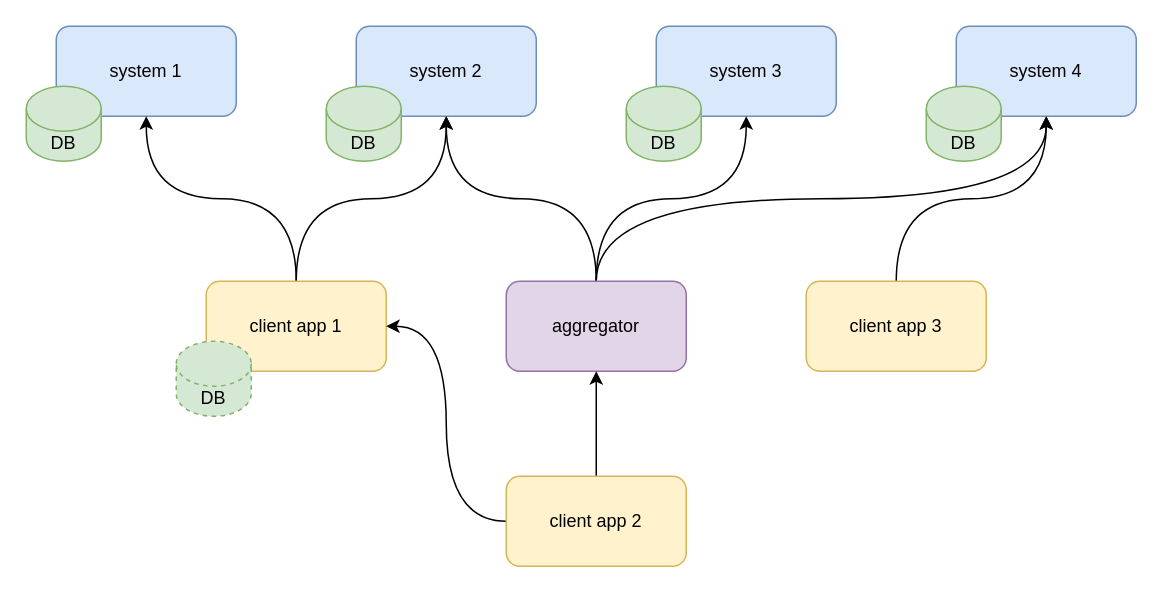
Above: page "no aggregation: lump" (2 of 2) of assets/draw.io/data_aggregators.drawio in serdarkurbanov/serdarkurbanov.github.io (draw.io), before the change. Source tidied: cells renumbered, new cells numbered last; positions are measured from the earlier drawing's top-left corner, leaving out a move shared by most shapes. Both pictures are drawn from the tidied source at 150%, with x=0, y=0 at pixel (26, 26).
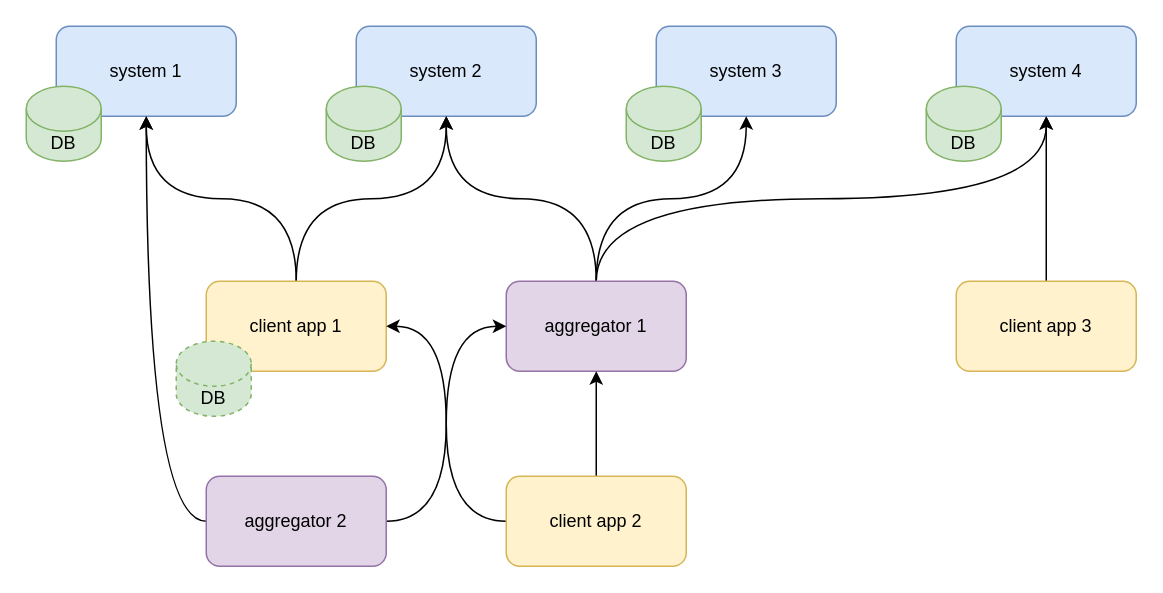
Above is the later version.

Commit message (it also covers changes not shown here):
data aggregators - continued

Unchanged cells that the change refers to:
```xml
<mxCell id="2" value="system 1" style="rounded=1;whiteSpace=wrap;html=1;fillColor=#dae8fc;strokeColor=#6c8ebf;" parent="1" vertex="1">
  <mxGeometry x="20" width="120" height="60" as="geometry" />
</mxCell>
```

Diff of the diagram source:
```diff
@@
-    <mxCell id="14" value="aggregator" style="rounded=1;whiteSpace=wrap;html=1;fillColor=#e1d5e7;strokeColor=#9673a6;" parent="1" vertex="1">
+    <mxCell id="14" value="aggregator 1" style="rounded=1;whiteSpace=wrap;html=1;fillColor=#e1d5e7;strokeColor=#9673a6;" parent="1" vertex="1">
       <mxGeometry x="320" y="170" width="120" height="60" as="geometry" />
     </mxCell>
@@
     <mxCell id="18" value="client app 3" style="rounded=1;whiteSpace=wrap;html=1;fillColor=#fff2cc;strokeColor=#d6b656;" parent="1" vertex="1">
-      <mxGeometry x="520" y="170" width="120" height="60" as="geometry" />
+      <mxGeometry x="620" y="170" width="120" height="60" as="geometry" />
     </mxCell>
@@
+    <mxCell id="23" style="edgeStyle=orthogonalEdgeStyle;curved=1;rounded=0;jettySize=auto;html=1;entryX=0.5;entryY=1;entryDx=0;entryDy=0;exitX=0;exitY=0.5;exitDx=0;exitDy=0;" parent="1" edge="1" source="25" target="2">
+      <mxGeometry relative="1" as="geometry">
+        <Array as="points">
+          <mxPoint x="80" y="330" />
+        </Array>
+      </mxGeometry>
+    </mxCell>
+    <mxCell id="24" style="edgeStyle=orthogonalEdgeStyle;curved=1;rounded=0;jettySize=auto;html=1;entryX=0;entryY=0.5;entryDx=0;entryDy=0;" parent="1" edge="1" source="25" target="14">
+      <mxGeometry relative="1" as="geometry" />
+    </mxCell>
+    <mxCell id="25" value="aggregator 2" style="rounded=1;whiteSpace=wrap;html=1;fillColor=#e1d5e7;strokeColor=#9673a6;" parent="1" vertex="1">
+      <mxGeometry x="120" y="300" width="120" height="60" as="geometry" />
+    </mxCell>
```
